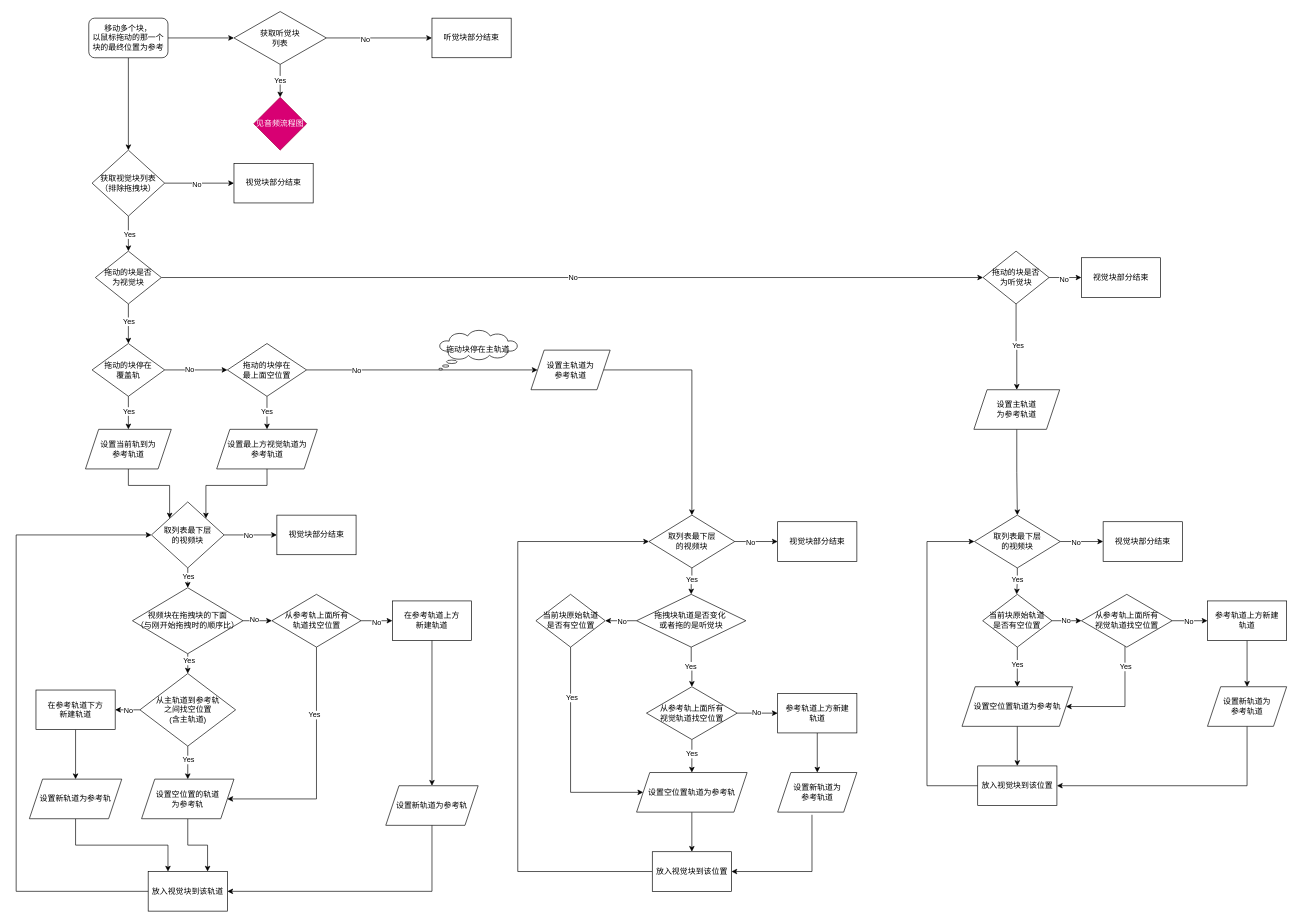
macfanr/drawio keeps this draw.io diagram as page "多块移动-视觉块" (4 of 5) of drag flow.drawio. Above is the earlier version. Source tidied: cells renumbered, new cells numbered last; positions are measured from the earlier drawing's top-left corner, leaving out a move shared by most shapes. Both pictures are drawn from the tidied source at 66%, with x=0, y=0 at pixel (16, 11).
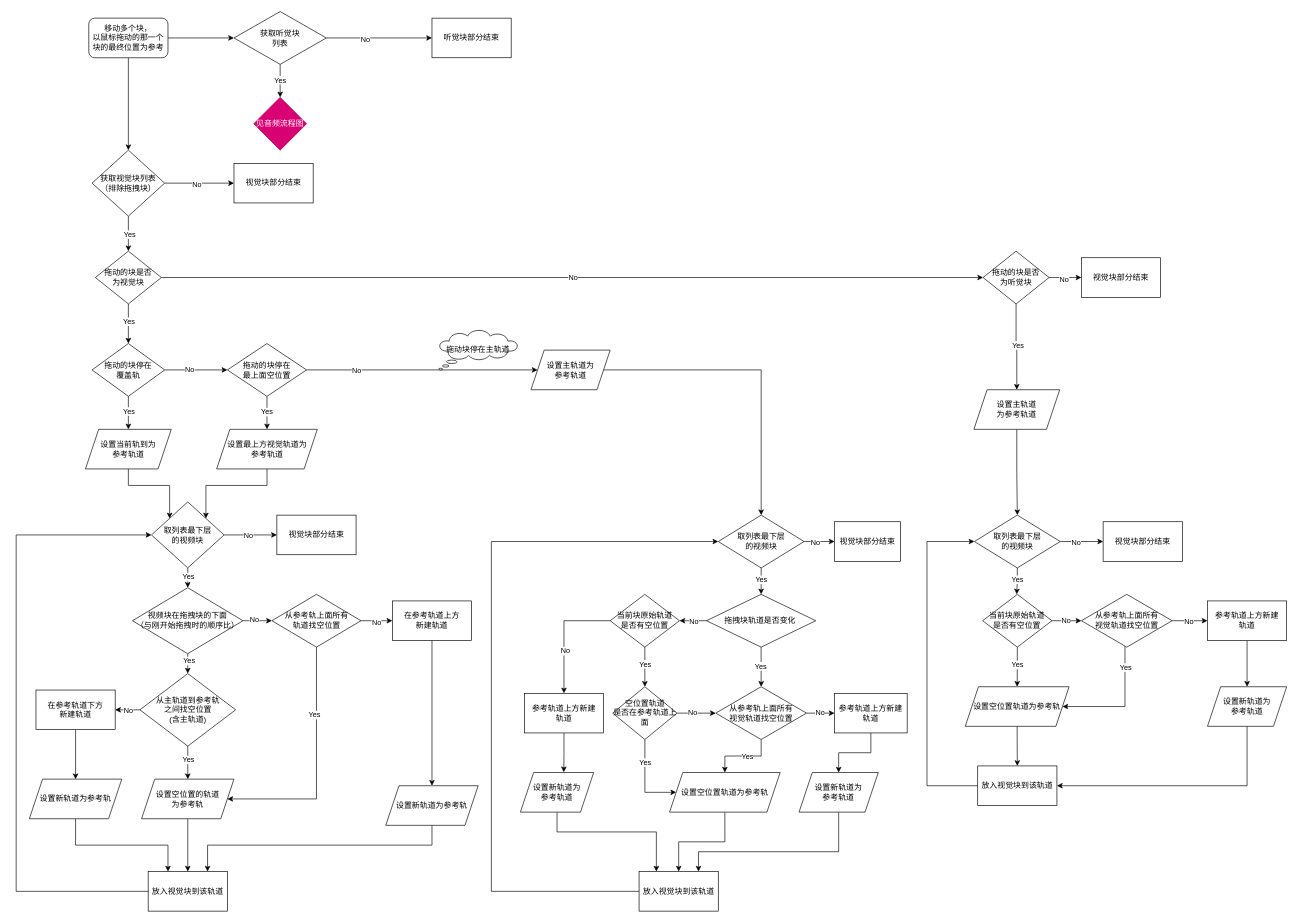
Above is the later version.

Unchanged cells that the change refers to:
```xml
<mxCell id="59" value="设置空位置的轨道&lt;br&gt;为参考轨" style="shape=parallelogram;perimeter=parallelogramPerimeter;whiteSpace=wrap;html=1;fixedSize=1;rounded=0;" parent="1" vertex="1">
  <mxGeometry x="190" y="1163" width="140" height="60" as="geometry" />
</mxCell>
<mxCell id="60" value="&lt;span&gt;放入视觉块到该轨道&lt;/span&gt;" style="whiteSpace=wrap;html=1;rounded=0;" parent="1" vertex="1">
  <mxGeometry x="200" y="1303" width="120" height="60" as="geometry" />
</mxCell>
<mxCell id="74" value="设置新轨道为参考轨" style="shape=parallelogram;perimeter=parallelogramPerimeter;whiteSpace=wrap;html=1;fixedSize=1;rounded=0;" parent="1" vertex="1">
  <mxGeometry x="560" y="1173" width="140" height="60" as="geometry" />
</mxCell>
```

What changed in the source:
```diff
@@
     <mxCell id="15" style="endArrow=classic;html=1;rounded=0;entryX=0;entryY=0.5;entryDx=0;entryDy=0;exitX=0;exitY=0.5;exitDx=0;exitDy=0;" parent="1" edge="1" source="38" target="31">
       <mxGeometry relative="1" as="geometry">
         <Array as="points">
-          <mxPoint x="760" y="1303" />
-          <mxPoint x="760" y="803" />
+          <mxPoint x="720" y="1333" />
+          <mxPoint x="720" y="803" />
         </Array>
       </mxGeometry>
     </mxCell>
@@
     <mxCell id="31" value="取列表最下层&lt;br&gt;的视频块" style="rhombus;whiteSpace=wrap;html=1;rounded=0;" parent="1" vertex="1">
-      <mxGeometry x="958.8" y="763" width="130" height="80" as="geometry" />
+      <mxGeometry x="1063.8" y="763" width="130" height="80" as="geometry" />
     </mxCell>
     <mxCell id="32" value="视觉块部分结束" style="whiteSpace=wrap;html=1;rounded=0;" parent="1" vertex="1">
-      <mxGeometry x="1153.8" y="773" width="120" height="60" as="geometry" />
+      <mxGeometry x="1240" y="773" width="100" height="60" as="geometry" />
     </mxCell>
@@
     <mxCell id="37" value="从参考轨上面所有&lt;br&gt;视觉轨道找空位置" style="rhombus;whiteSpace=wrap;html=1;rounded=0;" parent="1" vertex="1">
-      <mxGeometry x="955" y="1023" width="137.5" height="80" as="geometry" />
+      <mxGeometry x="1060" y="1023" width="137.5" height="80" as="geometry" />
     </mxCell>
-    <mxCell id="38" value="放入视觉块到该位置" style="whiteSpace=wrap;html=1;rounded=0;" parent="1" vertex="1">
-      <mxGeometry x="963.8" y="1273" width="120" height="60" as="geometry" />
+    <mxCell id="38" value="放入视觉块到该轨道" style="whiteSpace=wrap;html=1;rounded=0;" parent="1" vertex="1">
+      <mxGeometry x="943.8" y="1303" width="120" height="60" as="geometry" />
     </mxCell>
@@
     <mxCell id="42" value="设置空位置轨道为参考轨" style="shape=parallelogram;perimeter=parallelogramPerimeter;whiteSpace=wrap;html=1;fixedSize=1;rounded=0;" parent="1" vertex="1">
-      <mxGeometry x="940" y="1153" width="167.5" height="60" as="geometry" />
+      <mxGeometry x="990" y="1153" width="167.5" height="60" as="geometry" />
     </mxCell>
@@
     <mxCell id="44" value="&lt;span&gt;参考轨道上方新建&lt;br&gt;轨道&lt;br&gt;&lt;/span&gt;" style="whiteSpace=wrap;html=1;rounded=0;" parent="1" vertex="1">
-      <mxGeometry x="1153.8" y="1033" width="120" height="60" as="geometry" />
+      <mxGeometry x="1240" y="1033" width="110" height="60" as="geometry" />
     </mxCell>
@@
-    <mxCell id="58" style="edgeStyle=orthogonalEdgeStyle;rounded=0;jettySize=auto;html=1;endArrow=classic;endFill=1;entryX=0.75;entryY=0;entryDx=0;entryDy=0;" parent="1" edge="1" source="59" target="60">
+    <mxCell id="58" style="edgeStyle=orthogonalEdgeStyle;rounded=0;jettySize=auto;html=1;" parent="1" edge="1" source="59" target="60">
       <mxGeometry relative="1" as="geometry" />
     </mxCell>
@@
+    <mxCell id="76" style="edgeStyle=orthogonalEdgeStyle;rounded=0;jettySize=auto;html=1;entryX=0.75;entryY=0;entryDx=0;entryDy=0;" parent="1" edge="1" source="74" target="60">
+      <mxGeometry relative="1" as="geometry">
+        <Array as="points">
+          <mxPoint x="630" y="1263" />
+          <mxPoint x="290" y="1263" />
+        </Array>
+      </mxGeometry>
+    </mxCell>
@@
-    <mxCell id="76" style="endArrow=classic;html=1;rounded=0;entryX=1;entryY=0.5;entryDx=0;entryDy=0;exitX=0.5;exitY=1;exitDx=0;exitDy=0;" parent="1" edge="1" source="74" target="60">
-      <mxGeometry relative="1" as="geometry">
-        <Array as="points">
-          <mxPoint x="630" y="1333" />
-        </Array>
-      </mxGeometry>
-    </mxCell>
@@
-    <mxCell id="96" style="edgeStyle=orthogonalEdgeStyle;rounded=0;jettySize=auto;html=1;entryX=1;entryY=0.5;entryDx=0;entryDy=0;exitX=0.433;exitY=1.067;exitDx=0;exitDy=0;exitPerimeter=0;" parent="1" edge="1" source="97" target="38">
+    <mxCell id="96" style="edgeStyle=orthogonalEdgeStyle;rounded=0;jettySize=auto;html=1;entryX=0.75;entryY=0;entryDx=0;entryDy=0;" parent="1" edge="1" source="97" target="38">
       <mxGeometry relative="1" as="geometry">
         <Array as="points">
-          <mxPoint x="1205.8" y="1303" />
+          <mxPoint x="1246" y="1273" />
+          <mxPoint x="1034" y="1273" />
         </Array>
       </mxGeometry>
     </mxCell>
     <mxCell id="97" value="设置新轨道为&lt;br&gt;参考轨道" style="shape=parallelogram;perimeter=parallelogramPerimeter;whiteSpace=wrap;html=1;fixedSize=1;rounded=0;" parent="1" vertex="1">
-      <mxGeometry x="1153.8" y="1153" width="120" height="60" as="geometry" />
+      <mxGeometry x="1186.2" y="1153" width="120" height="60" as="geometry" />
     </mxCell>
@@
-    <mxCell id="104" value="拖拽块轨道是否变化&amp;nbsp;&lt;br&gt;或者拖的是听觉块" style="rhombus;whiteSpace=wrap;html=1;rounded=0;" parent="1" vertex="1">
-      <mxGeometry x="940" y="883" width="165.6" height="80" as="geometry" />
+    <mxCell id="104" value="拖拽块轨道是否变化&amp;nbsp;" style="rhombus;whiteSpace=wrap;html=1;rounded=0;" parent="1" vertex="1">
+      <mxGeometry x="1045.9" y="883" width="165.6" height="80" as="geometry" />
     </mxCell>
-    <mxCell id="105" style="edgeStyle=orthogonalEdgeStyle;rounded=0;jettySize=auto;html=1;entryX=0;entryY=0.5;entryDx=0;entryDy=0;" parent="1" edge="1" source="107" target="42">
-      <mxGeometry relative="1" as="geometry">
-        <Array as="points">
-          <mxPoint x="840" y="1183" />
-        </Array>
-      </mxGeometry>
-    </mxCell>
-    <mxCell id="106" value="Yes" style="edgeLabel;html=1;align=center;verticalAlign=middle;" parent="105" vertex="1">
-      <mxGeometry x="-0.54" y="1" relative="1" as="geometry" />
-    </mxCell>
+    <mxCell id="131" style="edgeStyle=orthogonalEdgeStyle;rounded=0;jettySize=auto;html=1;" parent="1" edge="1" source="107" target="136">
+      <mxGeometry relative="1" as="geometry" />
+    </mxCell>
+    <mxCell id="132" value="No" style="edgeLabel;html=1;align=center;verticalAlign=middle;" parent="131" vertex="1">
+      <mxGeometry x="0.28" y="1" relative="1" as="geometry" />
+    </mxCell>
+    <mxCell id="133" style="edgeStyle=orthogonalEdgeStyle;rounded=0;jettySize=auto;html=1;" parent="1" edge="1" source="107" target="143">
+      <mxGeometry relative="1" as="geometry" />
+    </mxCell>
+    <mxCell id="134" value="Yes" style="edgeLabel;html=1;align=center;verticalAlign=middle;" parent="133" vertex="1">
+      <mxGeometry x="-0.17" relative="1" as="geometry" />
+    </mxCell>
     <mxCell id="107" value="当前块原始轨道&lt;br&gt;是否有空位置" style="rhombus;whiteSpace=wrap;html=1;rounded=0;" parent="1" vertex="1">
-      <mxGeometry x="787.5" y="883" width="105" height="80" as="geometry" />
+      <mxGeometry x="900" y="883" width="105" height="80" as="geometry" />
     </mxCell>
@@
-    <mxCell id="117" value="放入视觉块到该位置" style="whiteSpace=wrap;html=1;rounded=0;" parent="1" vertex="1">
+    <mxCell id="117" value="放入视觉块到该轨道" style="whiteSpace=wrap;html=1;rounded=0;" parent="1" vertex="1">
       <mxGeometry x="1456.9" y="1143" width="120" height="60" as="geometry" />
     </mxCell>
@@
     <mxCell id="119" value="设置空位置轨道为参考轨" style="shape=parallelogram;perimeter=parallelogramPerimeter;whiteSpace=wrap;html=1;fixedSize=1;rounded=0;" parent="1" vertex="1">
-      <mxGeometry x="1433.1" y="1023" width="167.5" height="60" as="geometry" />
+      <mxGeometry x="1438" y="1023" width="157.3" height="60" as="geometry" />
     </mxCell>
@@
+    <mxCell id="135" style="edgeStyle=orthogonalEdgeStyle;rounded=0;jettySize=auto;html=1;entryX=0.592;entryY=-0.008;entryDx=0;entryDy=0;entryPerimeter=0;" parent="1" edge="1" source="136" target="138">
+      <mxGeometry relative="1" as="geometry" />
+    </mxCell>
+    <mxCell id="136" value="&lt;span&gt;参考轨道上方新建&lt;br&gt;轨道&lt;br&gt;&lt;/span&gt;" style="whiteSpace=wrap;html=1;rounded=0;" parent="1" vertex="1">
+      <mxGeometry x="770" y="1033" width="120" height="60" as="geometry" />
+    </mxCell>
+    <mxCell id="137" style="edgeStyle=orthogonalEdgeStyle;rounded=0;jettySize=auto;html=1;" parent="1" edge="1" source="138" target="38">
+      <mxGeometry relative="1" as="geometry">
+        <Array as="points">
+          <mxPoint x="820" y="1243" />
+          <mxPoint x="970" y="1243" />
+        </Array>
+      </mxGeometry>
+    </mxCell>
+    <mxCell id="138" value="设置新轨道为&lt;br&gt;参考轨道" style="shape=parallelogram;perimeter=parallelogramPerimeter;whiteSpace=wrap;html=1;fixedSize=1;rounded=0;" parent="1" vertex="1">
+      <mxGeometry x="764" y="1153" width="111" height="60" as="geometry" />
+    </mxCell>
+    <mxCell id="139" style="edgeStyle=orthogonalEdgeStyle;rounded=0;jettySize=auto;html=1;" parent="1" edge="1" source="143" target="37">
+      <mxGeometry relative="1" as="geometry" />
+    </mxCell>
+    <mxCell id="140" value="No" style="edgeLabel;html=1;align=center;verticalAlign=middle;" parent="139" vertex="1">
+      <mxGeometry x="-0.21" y="1" relative="1" as="geometry" />
+    </mxCell>
+    <mxCell id="141" style="edgeStyle=orthogonalEdgeStyle;rounded=0;jettySize=auto;html=1;" parent="1" edge="1" source="143" target="42">
+      <mxGeometry relative="1" as="geometry">
+        <Array as="points">
+          <mxPoint x="953" y="1183" />
+        </Array>
+      </mxGeometry>
+    </mxCell>
+    <mxCell id="142" value="Yes" style="edgeLabel;html=1;align=center;verticalAlign=middle;" parent="141" vertex="1">
+      <mxGeometry x="-0.45" relative="1" as="geometry" />
+    </mxCell>
+    <mxCell id="143" value="空位置轨道&lt;br&gt;是否在参考轨道上面" style="rhombus;whiteSpace=wrap;html=1;rounded=0;" parent="1" vertex="1">
+      <mxGeometry x="903.8" y="1023" width="97.5" height="80" as="geometry" />
+    </mxCell>
```
